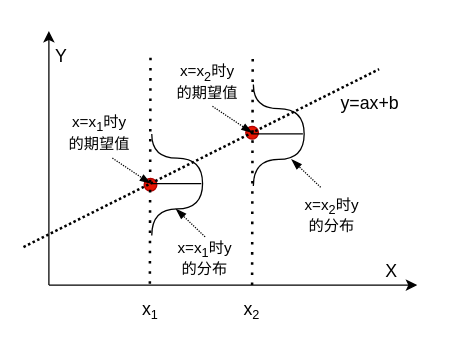
Before: page "Page-2" (3 of 4) of 基础教程/A4-经典机器学习算法（更新中）/第1步 回归算法/images/1.drawio in microsoft/ai-edu, a draw.io diagram. Source tidied: cells renumbered, new cells numbered last; positions are measured from the earlier drawing's top-left corner, leaving out a move shared by most shapes. Both pictures are drawn from the tidied source at 127%, with x=0, y=0 at pixel (23, 30).
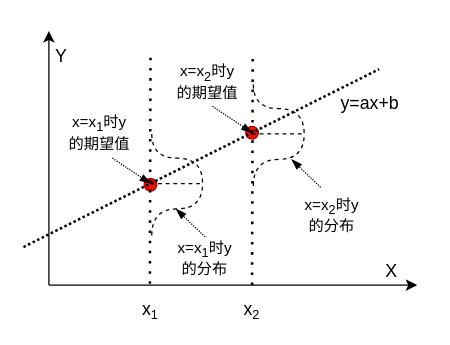
The same page after the edit.

The edit, as a diff of the source:
```diff
@@
-    <mxCell id="9" style="endArrow=none;html=1;edgeStyle=orthogonalEdgeStyle;curved=1;" parent="1" edge="1">
+    <mxCell id="9" style="endArrow=none;html=1;edgeStyle=orthogonalEdgeStyle;curved=1;dashed=1;" parent="1" edge="1">
       <mxGeometry relative="1" as="geometry">
         <mxPoint x="101" y="161" as="sourcePoint" />
         <mxPoint x="101" y="81" as="targetPoint" />
         <Array as="points">
           <mxPoint x="101" y="140" />
           <mxPoint x="141" y="140" />
           <mxPoint x="141" y="100" />
           <mxPoint x="101" y="100" />
         </Array>
       </mxGeometry>
     </mxCell>
@@
-    <mxCell id="11" style="endArrow=none;html=1;strokeWidth=1;" parent="1" edge="1">
+    <mxCell id="11" style="endArrow=none;html=1;strokeWidth=1;dashed=1;" parent="1" edge="1">
       <mxGeometry relative="1" as="geometry">
         <mxPoint x="100" y="120" as="sourcePoint" />
         <mxPoint x="140" y="120" as="targetPoint" />
       </mxGeometry>
     </mxCell>
-    <mxCell id="12" style="endArrow=none;html=1;edgeStyle=orthogonalEdgeStyle;curved=1;" parent="1" edge="1">
+    <mxCell id="12" style="endArrow=none;html=1;edgeStyle=orthogonalEdgeStyle;curved=1;dashed=1;" parent="1" edge="1">
       <mxGeometry relative="1" as="geometry">
         <mxPoint x="181" y="122" as="sourcePoint" />
         <mxPoint x="181" y="42" as="targetPoint" />
         <Array as="points">
           <mxPoint x="181" y="101" />
           <mxPoint x="221" y="101" />
           <mxPoint x="221" y="61" />
           <mxPoint x="181" y="61" />
         </Array>
       </mxGeometry>
     </mxCell>
-    <mxCell id="13" style="endArrow=none;html=1;strokeWidth=1;" parent="1" edge="1">
+    <mxCell id="13" style="endArrow=none;html=1;strokeWidth=1;dashed=1;" parent="1" edge="1">
       <mxGeometry relative="1" as="geometry">
         <mxPoint x="180" y="81" as="sourcePoint" />
         <mxPoint x="220" y="81" as="targetPoint" />
       </mxGeometry>
     </mxCell>
```
